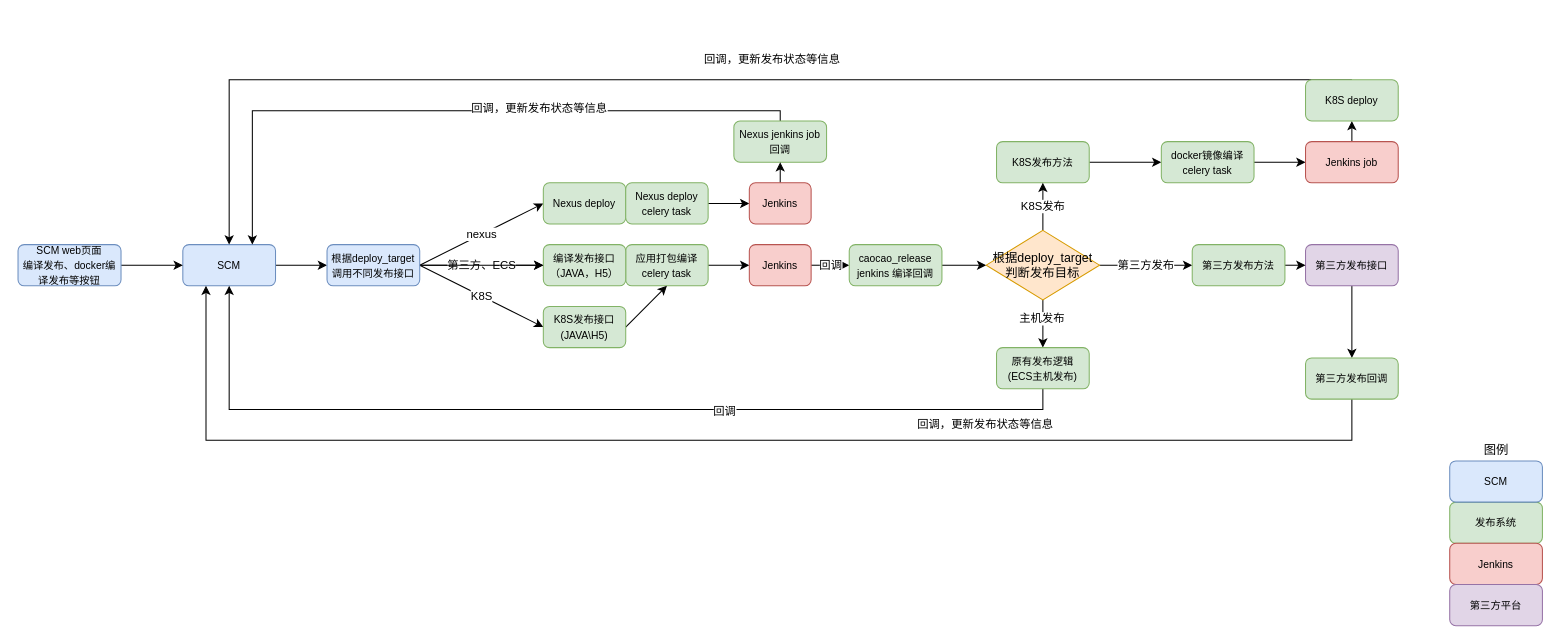
Before: 曹操/SCM多发布目标流程设计.drawio in Makecodeeasy/diagrams, a draw.io diagram. Source tidied: cells renumbered, new cells numbered last; positions are measured from the earlier drawing's top-left corner, leaving out a move shared by most shapes. Both pictures are drawn from the tidied source at 103%, with x=0, y=0 at pixel (18, 79).
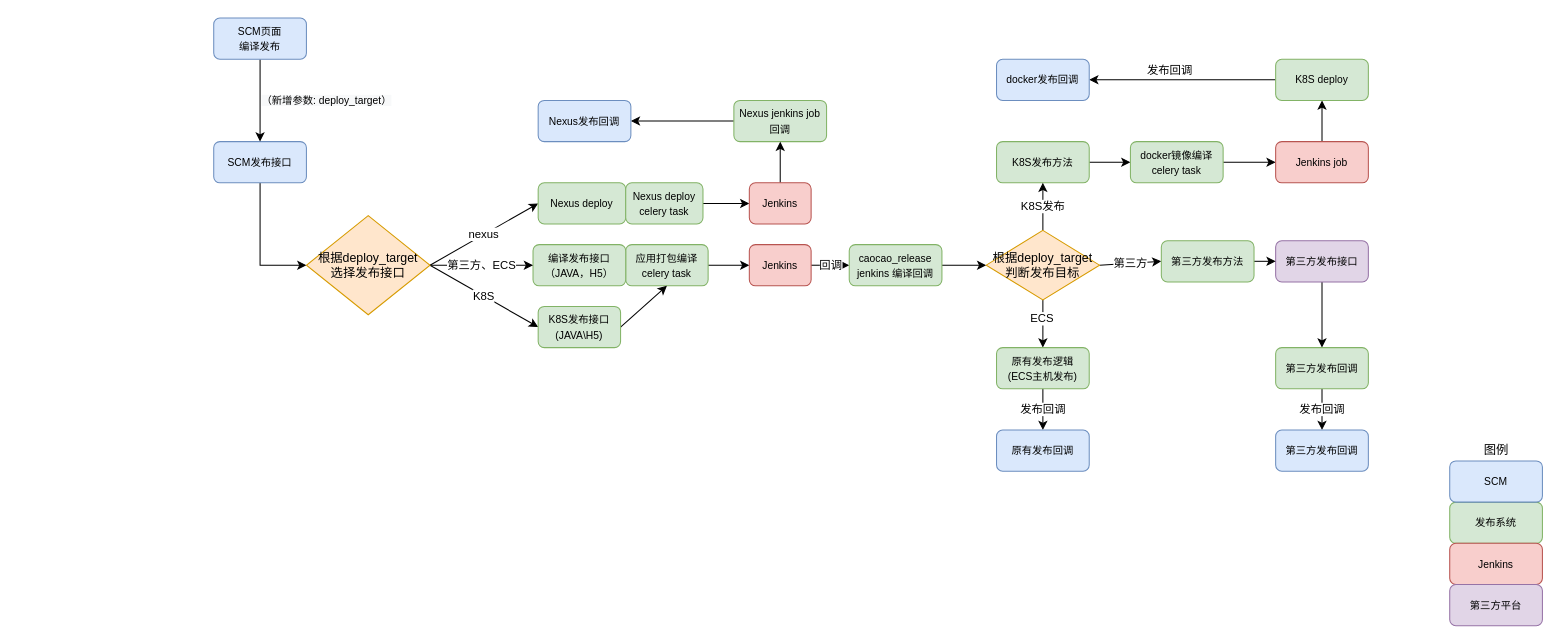
The same diagram, later.

Commit message:
Update SCM多发布目标流程设计.drawio

The change refers to these unchanged cells:
```xml
<mxCell id="13" style="rounded=0;jettySize=auto;html=1;exitX=0.5;exitY=1;exitDx=0;exitDy=0;entryX=0.5;entryY=0;entryDx=0;entryDy=0;" parent="1" edge="1" source="17" target="20">
  <mxGeometry relative="1" as="geometry" />
</mxCell>
<mxCell id="17" value="根据deploy_target&lt;br&gt;判断发布目标" style="rhombus;whiteSpace=wrap;html=1;fillColor=#ffe6cc;strokeColor=#d79b00;" parent="1" vertex="1">
  <mxGeometry x="940" y="146.2" width="110" height="67.5" as="geometry" />
</mxCell>
<mxCell id="20" value="&lt;font style=&quot;font-size: 10px&quot;&gt;原有发布逻辑&lt;br&gt;(ECS主机发布)&lt;br&gt;&lt;/font&gt;" style="rounded=1;whiteSpace=wrap;html=1;fillColor=#d5e8d4;strokeColor=#82b366;" parent="1" vertex="1">
  <mxGeometry x="950" y="260" width="90" height="40" as="geometry" />
</mxCell>
```

What changed in the source:
```diff
@@
-    <mxCell id="2" style="edgeStyle=orthogonalEdgeStyle;rounded=0;jettySize=auto;html=1;exitX=1;exitY=0.5;exitDx=0;exitDy=0;entryX=0;entryY=0.5;entryDx=0;entryDy=0;" parent="1" edge="1" source="3" target="46">
-      <mxGeometry relative="1" as="geometry" />
-    </mxCell>
-    <mxCell id="3" value="&lt;font style=&quot;font-size: 10px&quot;&gt;SCM&lt;br&gt;&lt;/font&gt;" style="rounded=1;whiteSpace=wrap;html=1;fillColor=#dae8fc;strokeColor=#6c8ebf;" parent="1" vertex="1">
-      <mxGeometry x="160" y="160" width="90" height="40" as="geometry" />
-    </mxCell>
@@
     <mxCell id="10" value="&lt;font style=&quot;font-size: 10px&quot;&gt;编译发布接口（JAVA，H5）&lt;br&gt;&lt;/font&gt;" style="rounded=1;whiteSpace=wrap;html=1;fillColor=#d5e8d4;strokeColor=#82b366;" parent="1" vertex="1">
-      <mxGeometry x="510" y="160" width="80" height="40" as="geometry" />
+      <mxGeometry x="500" y="160" width="90" height="40" as="geometry" />
     </mxCell>
@@
-    <mxCell id="14" value="主机发布" style="edgeLabel;html=1;align=center;verticalAlign=middle;" parent="13" vertex="1">
+    <mxCell id="14" value="ECS" style="edgeLabel;html=1;align=center;verticalAlign=middle;" parent="13" vertex="1">
       <mxGeometry x="-0.24" y="-2" relative="1" as="geometry" />
     </mxCell>
@@
-    <mxCell id="16" value="第三方发布" style="edgeStyle=none;rounded=0;jettySize=auto;html=1;exitX=1;exitY=0.5;exitDx=0;exitDy=0;entryX=0;entryY=0.5;entryDx=0;entryDy=0;" parent="1" edge="1" source="17" target="26">
+    <mxCell id="16" value="第三方" style="edgeStyle=none;rounded=0;jettySize=auto;html=1;exitX=1;exitY=0.5;exitDx=0;exitDy=0;entryX=0;entryY=0.5;entryDx=0;entryDy=0;" parent="1" edge="1" source="17" target="26">
       <mxGeometry relative="1" as="geometry" />
     </mxCell>
@@
-    <mxCell id="18" style="edgeStyle=orthogonalEdgeStyle;rounded=0;jettySize=auto;html=1;exitX=0.5;exitY=1;exitDx=0;exitDy=0;entryX=0.5;entryY=1;entryDx=0;entryDy=0;" parent="1" edge="1" source="20" target="3">
-      <mxGeometry relative="1" as="geometry">
-        <Array as="points">
-          <mxPoint x="995" y="320" />
-          <mxPoint x="205" y="320" />
-        </Array>
-      </mxGeometry>
-    </mxCell>
-    <mxCell id="19" value="回调" style="edgeLabel;html=1;align=center;verticalAlign=middle;" parent="18" vertex="1">
-      <mxGeometry x="-0.29" y="1" relative="1" as="geometry" />
-    </mxCell>
+    <mxCell id="56" value="发布回调" style="edgeStyle=none;rounded=0;jettySize=auto;html=1;exitX=0.5;exitY=1;exitDx=0;exitDy=0;entryX=0.5;entryY=0;entryDx=0;entryDy=0;" parent="1" edge="1" source="20" target="63">
+      <mxGeometry relative="1" as="geometry" />
+    </mxCell>
@@
     <mxCell id="22" value="&lt;span style=&quot;font-size: 10px&quot;&gt;第三方发布接口&lt;/span&gt;" style="rounded=1;whiteSpace=wrap;html=1;fillColor=#e1d5e7;strokeColor=#9673a6;" parent="1" vertex="1">
-      <mxGeometry x="1250" y="160" width="90" height="40" as="geometry" />
+      <mxGeometry x="1221" y="156.2" width="90" height="40" as="geometry" />
     </mxCell>
-    <mxCell id="23" style="edgeStyle=orthogonalEdgeStyle;rounded=0;jettySize=auto;html=1;" parent="1" edge="1" source="24" target="3">
-      <mxGeometry relative="1" as="geometry" />
-    </mxCell>
-    <mxCell id="24" value="&lt;font style=&quot;font-size: 10px&quot;&gt;SCM web页面&lt;br&gt;编译发布、docker编译发布等按钮&lt;br&gt;&lt;/font&gt;" style="rounded=1;whiteSpace=wrap;html=1;fillColor=#dae8fc;strokeColor=#6c8ebf;" parent="1" vertex="1">
-      <mxGeometry y="160" width="100" height="40" as="geometry" />
-    </mxCell>
@@
     <mxCell id="26" value="&lt;span style=&quot;font-size: 10px&quot;&gt;第三方发布方法&lt;br&gt;&lt;/span&gt;" style="rounded=1;whiteSpace=wrap;html=1;fillColor=#d5e8d4;strokeColor=#82b366;" parent="1" vertex="1">
-      <mxGeometry x="1140" y="160" width="90" height="40" as="geometry" />
+      <mxGeometry x="1110" y="156.2" width="90" height="40" as="geometry" />
     </mxCell>
-    <mxCell id="27" style="edgeStyle=orthogonalEdgeStyle;rounded=0;jettySize=auto;html=1;exitX=0.5;exitY=0;exitDx=0;exitDy=0;entryX=0.75;entryY=0;entryDx=0;entryDy=0;" parent="1" edge="1" source="29" target="3">
-      <mxGeometry relative="1" as="geometry">
-        <Array as="points">
-          <mxPoint x="740" y="30" />
-          <mxPoint x="228" y="30" />
-        </Array>
-      </mxGeometry>
-    </mxCell>
-    <mxCell id="28" value="回调，更新发布状态等信息" style="edgeLabel;html=1;align=center;verticalAlign=middle;" parent="27" vertex="1">
-      <mxGeometry x="-0.25" y="-3" relative="1" as="geometry" />
-    </mxCell>
+    <mxCell id="57" style="edgeStyle=none;rounded=0;jettySize=auto;html=1;exitX=0;exitY=0.5;exitDx=0;exitDy=0;entryX=1;entryY=0.5;entryDx=0;entryDy=0;" parent="1" edge="1" source="29" target="65">
+      <mxGeometry relative="1" as="geometry" />
+    </mxCell>
     <mxCell id="29" value="&lt;span style=&quot;font-size: 10px&quot;&gt;Nexus jenkins job回调&lt;br&gt;&lt;/span&gt;" style="rounded=1;whiteSpace=wrap;html=1;fillColor=#d5e8d4;strokeColor=#82b366;" parent="1" vertex="1">
-      <mxGeometry x="695" y="40" width="90" height="40" as="geometry" />
+      <mxGeometry x="695" y="20" width="90" height="40" as="geometry" />
     </mxCell>
@@
     <mxCell id="31" value="&lt;span style=&quot;font-size: 10px&quot;&gt;docker镜像编译&lt;br&gt;celery task&lt;br&gt;&lt;/span&gt;" style="rounded=1;whiteSpace=wrap;html=1;fillColor=#d5e8d4;strokeColor=#82b366;" parent="1" vertex="1">
-      <mxGeometry x="1110" y="60" width="90" height="40" as="geometry" />
+      <mxGeometry x="1080" y="60" width="90" height="40" as="geometry" />
     </mxCell>
@@
     <mxCell id="33" value="&lt;span style=&quot;font-size: 10px&quot;&gt;Jenkins job&lt;br&gt;&lt;/span&gt;" style="rounded=1;whiteSpace=wrap;html=1;fillColor=#f8cecc;strokeColor=#b85450;" parent="1" vertex="1">
-      <mxGeometry x="1250" y="60" width="90" height="40" as="geometry" />
+      <mxGeometry x="1221" y="60" width="90" height="40" as="geometry" />
     </mxCell>
-    <mxCell id="34" value="回调，更新发布状态等信息" style="edgeStyle=orthogonalEdgeStyle;rounded=0;jettySize=auto;html=1;exitX=0.5;exitY=0;exitDx=0;exitDy=0;entryX=0.5;entryY=0;entryDx=0;entryDy=0;" parent="1" edge="1" source="35" target="3">
-      <mxGeometry x="-0.1" y="-20" relative="1" as="geometry">
-        <Array as="points">
-          <mxPoint x="205" />
-        </Array>
-      </mxGeometry>
-    </mxCell>
+    <mxCell id="58" style="edgeStyle=orthogonalEdgeStyle;rounded=0;jettySize=auto;html=1;exitX=0;exitY=0.5;exitDx=0;exitDy=0;" parent="1" edge="1" source="35" target="64">
+      <mxGeometry relative="1" as="geometry" />
+    </mxCell>
+    <mxCell id="59" value="发布回调" style="edgeLabel;html=1;align=center;verticalAlign=middle;" parent="58" vertex="1">
+      <mxGeometry x="0.15" y="2" relative="1" as="geometry">
+        <mxPoint y="-12" as="offset" />
+      </mxGeometry>
+    </mxCell>
     <mxCell id="35" value="&lt;span style=&quot;font-size: 10px&quot;&gt;K8S deploy&lt;br&gt;&lt;/span&gt;" style="rounded=1;whiteSpace=wrap;html=1;fillColor=#d5e8d4;strokeColor=#82b366;" parent="1" vertex="1">
-      <mxGeometry x="1250" width="90" height="40" as="geometry" />
+      <mxGeometry x="1221" y="-20" width="90" height="40" as="geometry" />
     </mxCell>
-    <mxCell id="36" value="回调，更新发布状态等信息" style="edgeStyle=orthogonalEdgeStyle;rounded=0;jettySize=auto;html=1;exitX=0.5;exitY=1;exitDx=0;exitDy=0;entryX=0.25;entryY=1;entryDx=0;entryDy=0;" parent="1" edge="1" source="37" target="3">
-      <mxGeometry x="-0.39" y="-15" relative="1" as="geometry">
-        <Array as="points">
-          <mxPoint x="1295" y="350" />
-          <mxPoint x="183" y="350" />
-        </Array>
-        <mxPoint x="1" as="offset" />
-      </mxGeometry>
-    </mxCell>
+    <mxCell id="60" value="发布回调" style="edgeStyle=none;rounded=0;jettySize=auto;html=1;exitX=0.5;exitY=1;exitDx=0;exitDy=0;entryX=0.5;entryY=0;entryDx=0;entryDy=0;" parent="1" edge="1" source="37" target="62">
+      <mxGeometry relative="1" as="geometry" />
+    </mxCell>
     <mxCell id="37" value="&lt;span style=&quot;font-size: 10px&quot;&gt;第三方发布回调&lt;br&gt;&lt;/span&gt;" style="rounded=1;whiteSpace=wrap;html=1;fillColor=#d5e8d4;strokeColor=#82b366;" parent="1" vertex="1">
-      <mxGeometry x="1250" y="270" width="90" height="40" as="geometry" />
+      <mxGeometry x="1221" y="260" width="90" height="40" as="geometry" />
     </mxCell>
@@
-    <mxCell id="42" value="nexus" style="edgeStyle=none;rounded=0;jettySize=auto;html=1;exitX=1;exitY=0.5;exitDx=0;exitDy=0;entryX=0;entryY=0.5;entryDx=0;entryDy=0;" parent="1" edge="1" source="46" target="47">
+    <mxCell id="42" value="nexus" style="edgeStyle=none;rounded=0;jettySize=auto;html=1;entryX=0;entryY=0.5;entryDx=0;entryDy=0;exitX=1;exitY=0.5;exitDx=0;exitDy=0;" parent="1" edge="1" source="68" target="47">
       <mxGeometry relative="1" as="geometry" />
     </mxCell>
-    <mxCell id="43" value="第三方、ECS" style="edgeStyle=none;rounded=0;jettySize=auto;html=1;exitX=1;exitY=0.5;exitDx=0;exitDy=0;entryX=0;entryY=0.5;entryDx=0;entryDy=0;" parent="1" edge="1" source="46" target="10">
+    <mxCell id="43" value="第三方、ECS" style="edgeStyle=none;rounded=0;jettySize=auto;html=1;exitX=1;exitY=0.5;exitDx=0;exitDy=0;entryX=0;entryY=0.5;entryDx=0;entryDy=0;" parent="1" edge="1" source="68" target="10">
       <mxGeometry relative="1" as="geometry">
         <Array as="points">
           <mxPoint x="490" y="180" />
         </Array>
       </mxGeometry>
     </mxCell>
-    <mxCell id="44" value="K8S" style="rounded=0;jettySize=auto;html=1;exitX=1;exitY=0.5;exitDx=0;exitDy=0;entryX=0;entryY=0.5;entryDx=0;entryDy=0;" parent="1" edge="1" source="46" target="55">
+    <mxCell id="44" value="K8S" style="rounded=0;jettySize=auto;html=1;exitX=1;exitY=0.5;exitDx=0;exitDy=0;entryX=0;entryY=0.5;entryDx=0;entryDy=0;" parent="1" edge="1" source="68" target="55">
       <mxGeometry relative="1" as="geometry" />
     </mxCell>
-    <mxCell id="45" style="edgeStyle=none;rounded=0;jettySize=auto;html=1;" parent="1" edge="1" source="46" target="10">
-      <mxGeometry relative="1" as="geometry" />
-    </mxCell>
+    <mxCell id="61" style="edgeStyle=orthogonalEdgeStyle;rounded=0;jettySize=auto;html=1;exitX=0.5;exitY=1;exitDx=0;exitDy=0;entryX=0;entryY=0.5;entryDx=0;entryDy=0;" parent="1" edge="1" source="46" target="68">
+      <mxGeometry relative="1" as="geometry" />
+    </mxCell>
-    <mxCell id="46" value="&lt;font style=&quot;font-size: 10px&quot;&gt;根据deploy_target调用不同发布接口&lt;br&gt;&lt;/font&gt;" style="rounded=1;whiteSpace=wrap;html=1;fillColor=#dae8fc;strokeColor=#6c8ebf;" parent="1" vertex="1">
-      <mxGeometry x="300" y="160" width="90" height="40" as="geometry" />
+    <mxCell id="46" value="&lt;font style=&quot;font-size: 10px&quot;&gt;SCM发布接口&lt;br&gt;&lt;/font&gt;" style="rounded=1;whiteSpace=wrap;html=1;fillColor=#dae8fc;strokeColor=#6c8ebf;" parent="1" vertex="1">
+      <mxGeometry x="190" y="60" width="90" height="40" as="geometry" />
     </mxCell>
     <mxCell id="47" value="&lt;font style=&quot;font-size: 10px&quot;&gt;Nexus deploy&lt;br&gt;&lt;/font&gt;" style="rounded=1;whiteSpace=wrap;html=1;fillColor=#d5e8d4;strokeColor=#82b366;" parent="1" vertex="1">
-      <mxGeometry x="510" y="100" width="80" height="40" as="geometry" />
+      <mxGeometry x="505" y="100" width="85" height="40" as="geometry" />
     </mxCell>
@@
     <mxCell id="49" value="&lt;span style=&quot;font-size: 10px&quot;&gt;Nexus deploy&lt;br&gt;celery task&lt;/span&gt;" style="rounded=1;whiteSpace=wrap;html=1;fillColor=#d5e8d4;strokeColor=#82b366;" parent="1" vertex="1">
-      <mxGeometry x="590" y="100" width="80" height="40" as="geometry" />
+      <mxGeometry x="590" y="100" width="75" height="40" as="geometry" />
     </mxCell>
@@
     <mxCell id="55" value="&lt;font style=&quot;font-size: 10px&quot;&gt;K8S发布接口&lt;br&gt;(JAVA\H5)&lt;br&gt;&lt;/font&gt;" style="rounded=1;whiteSpace=wrap;html=1;fillColor=#d5e8d4;strokeColor=#82b366;" parent="1" vertex="1">
-      <mxGeometry x="510" y="220" width="80" height="40" as="geometry" />
+      <mxGeometry x="505" y="220" width="80" height="40" as="geometry" />
     </mxCell>
+    <mxCell id="62" value="&lt;font style=&quot;font-size: 10px&quot;&gt;第三方发布回调&lt;br&gt;&lt;/font&gt;" style="rounded=1;whiteSpace=wrap;html=1;fillColor=#dae8fc;strokeColor=#6c8ebf;" parent="1" vertex="1">
+      <mxGeometry x="1221" y="340" width="90" height="40" as="geometry" />
+    </mxCell>
+    <mxCell id="63" value="&lt;font style=&quot;font-size: 10px&quot;&gt;原有发布回调&lt;br&gt;&lt;/font&gt;" style="rounded=1;whiteSpace=wrap;html=1;fillColor=#dae8fc;strokeColor=#6c8ebf;" parent="1" vertex="1">
+      <mxGeometry x="950" y="340" width="90" height="40" as="geometry" />
+    </mxCell>
+    <mxCell id="64" value="&lt;font style=&quot;font-size: 10px&quot;&gt;docker发布回调&lt;br&gt;&lt;/font&gt;" style="rounded=1;whiteSpace=wrap;html=1;fillColor=#dae8fc;strokeColor=#6c8ebf;" parent="1" vertex="1">
+      <mxGeometry x="950" y="-20" width="90" height="40" as="geometry" />
+    </mxCell>
+    <mxCell id="65" value="&lt;font style=&quot;font-size: 10px&quot;&gt;Nexus发布回调&lt;br&gt;&lt;/font&gt;" style="rounded=1;whiteSpace=wrap;html=1;fillColor=#dae8fc;strokeColor=#6c8ebf;" parent="1" vertex="1">
+      <mxGeometry x="505" y="20" width="90" height="40" as="geometry" />
+    </mxCell>
+    <mxCell id="66" value="&#10;&#10;&lt;span style=&quot;color: rgb(0, 0, 0); font-family: helvetica; font-size: 10px; font-style: normal; font-weight: 400; letter-spacing: normal; text-align: center; text-indent: 0px; text-transform: none; word-spacing: 0px; background-color: rgb(248, 249, 250); display: inline; float: none;&quot;&gt;（新增参数: deploy_target）&lt;/span&gt;&#10;&#10;" style="text;html=1;strokeColor=none;fillColor=none;align=center;verticalAlign=middle;whiteSpace=wrap;rounded=0;" parent="1" vertex="1">
+      <mxGeometry x="210" y="10.2" width="180" height="19.7" as="geometry" />
+    </mxCell>
+    <mxCell id="67" style="edgeStyle=none;rounded=0;orthogonalLoop=1;jettySize=auto;html=1;exitX=0.5;exitY=1;exitDx=0;exitDy=0;" parent="1" edge="1" source="66" target="66">
+      <mxGeometry relative="1" as="geometry" />
+    </mxCell>
+    <mxCell id="68" value="根据deploy_target&lt;br&gt;选择发布接口" style="rhombus;whiteSpace=wrap;html=1;fillColor=#ffe6cc;strokeColor=#d79b00;" parent="1" vertex="1">
+      <mxGeometry x="280" y="131.9" width="120" height="96.2" as="geometry" />
+    </mxCell>
+    <mxCell id="69" style="edgeStyle=none;rounded=0;orthogonalLoop=1;jettySize=auto;html=1;entryX=0.5;entryY=0;entryDx=0;entryDy=0;" parent="1" edge="1" source="46" target="46">
+      <mxGeometry relative="1" as="geometry" />
+    </mxCell>
+    <mxCell id="70" style="edgeStyle=none;rounded=0;jettySize=auto;html=1;exitX=0.5;exitY=1;exitDx=0;exitDy=0;entryX=0.5;entryY=0;entryDx=0;entryDy=0;" parent="1" edge="1" source="71" target="46">
+      <mxGeometry relative="1" as="geometry" />
+    </mxCell>
+    <mxCell id="71" value="&lt;font style=&quot;font-size: 10px&quot;&gt;SCM页面&lt;br&gt;编译发布&lt;br&gt;&lt;/font&gt;" style="rounded=1;whiteSpace=wrap;html=1;fillColor=#dae8fc;strokeColor=#6c8ebf;" parent="1" vertex="1">
+      <mxGeometry x="190" y="-60" width="90" height="40" as="geometry" />
+    </mxCell>
```
